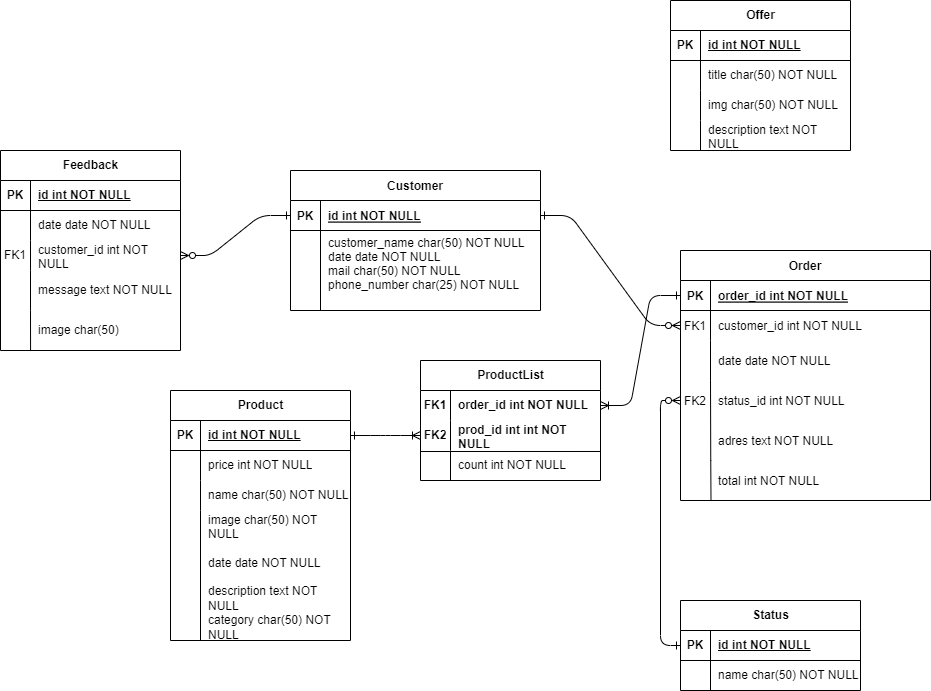
This is diagrams/ERD.png from Gunf1ghterr/food-store, a draw.io export, as it was before one commit. Source tidied: cells renumbered, new cells last; positions are measured from the earlier drawing's top-left corner, leaving out a move shared by most shapes.
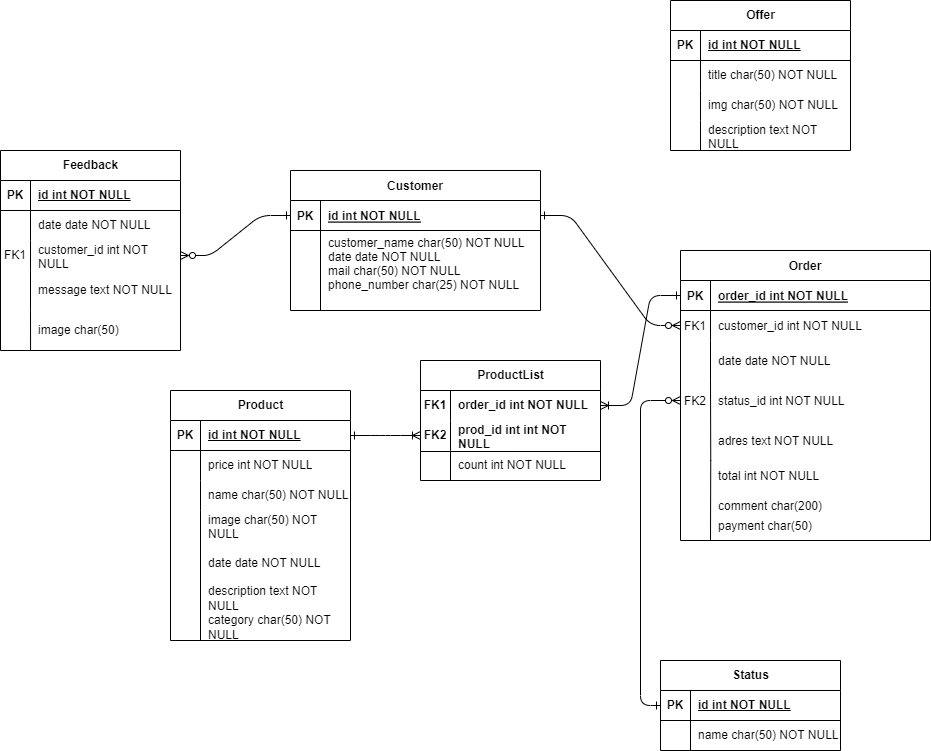
Above is the later version.

Commit message:
add layout and edot erd

What changed in the source:
```diff
@@ -6,7 +6,7 @@
       <mxGeometry relative="1" as="geometry" />
     </mxCell>
     <mxCell id="3" value="Order" style="shape=table;startSize=30;rowLines=0;fontStyle=1;align=center;" parent="1" vertex="1">
-      <mxGeometry x="680" y="250" width="250" height="250" as="geometry" />
+      <mxGeometry x="680" y="250" width="250" height="290" as="geometry" />
     </mxCell>
     <mxCell id="4" style="shape=partialRectangle;fillColor=none;points=[[0,0.5],[1,0.5]];portConstraint=eastwest;top=0;left=0;right=0;bottom=1;" parent="3" vertex="1">
       <mxGeometry y="30" width="250" height="30" as="geometry" />
@@ -149,7 +149,7 @@
       <mxGeometry relative="1" as="geometry" />
     </mxCell>
     <mxCell id="50" value="Status" style="shape=table;startSize=30;rowLines=0;fontStyle=1;align=center;html=1;" parent="1" vertex="1">
-      <mxGeometry x="680" y="600" width="180" height="90" as="geometry" />
+      <mxGeometry x="660" y="660" width="180" height="90" as="geometry" />
     </mxCell>
     <mxCell id="51" style="shape=tableRow;horizontal=0;startSize=0;swimlaneHead=0;swimlaneBody=0;fillColor=none;points=[[0,0.5],[1,0.5]];portConstraint=eastwest;top=0;left=0;right=0;bottom=1;" parent="50" vertex="1">
       <mxGeometry y="30" width="180" height="30" as="geometry" />
@@ -172,6 +172,9 @@
     <mxCell id="57" style="endArrow=ERzeroToMany;startArrow=ERone;endFill=0;startFill=0;entryX=0;entryY=0.5;entryDx=0;entryDy=0;exitX=0;exitY=0.5;exitDx=0;exitDy=0;elbow=vertical;edgeStyle=elbowEdgeStyle;" parent="1" edge="1" source="51" target="46">
       <mxGeometry relative="1" as="geometry">
         <Array as="points">
+          <mxPoint x="640" y="510" />
+          <mxPoint x="620" y="500" />
+          <mxPoint x="610" y="610" />
           <mxPoint x="660" y="470" />
         </Array>
       </mxGeometry>
@@ -225,16 +228,21 @@
       <mxGeometry x="30" width="150" height="30" as="geometry" />
     </mxCell>
     <mxCell id="74" style="shape=partialRectangle;fillColor=none;points=[[0,0.5],[1,0.5]];portConstraint=eastwest;top=0;left=0;right=0;bottom=0;" parent="1" vertex="1">
-      <mxGeometry x="680" y="460" width="250" height="40" as="geometry" />
+      <mxGeometry x="680" y="460" width="250" height="30" as="geometry" />
     </mxCell>
     <mxCell id="75" style="shape=partialRectangle;overflow=hidden;fillColor=none;top=0;left=0;bottom=0;right=0;" parent="74" vertex="1">
-      <mxGeometry width="30" height="40" as="geometry" />
+      <mxGeometry width="30" height="30" as="geometry" />
     </mxCell>
     <mxCell id="76" value="total int NOT NULL" style="shape=partialRectangle;overflow=hidden;fillColor=none;top=0;left=0;bottom=0;right=0;align=left;spacingLeft=6;" parent="74" vertex="1">
-      <mxGeometry x="30" width="220" height="40" as="geometry" />
+      <mxGeometry x="30" width="220" height="30" as="geometry" />
     </mxCell>
-    <mxCell id="77" style="endArrow=none;html=1;rounded=0;exitX=0.122;exitY=0.995;exitDx=0;exitDy=0;exitPerimeter=0;entryX=0.121;entryY=0.005;entryDx=0;entryDy=0;entryPerimeter=0;" parent="1" edge="1" source="74" target="74">
-      <mxGeometry relative="1" as="geometry" />
+    <mxCell id="77" style="endArrow=none;html=1;rounded=0;entryX=0.121;entryY=0.005;entryDx=0;entryDy=0;entryPerimeter=0;exitX=0.12;exitY=0.96;exitDx=0;exitDy=0;exitPerimeter=0;" parent="1" edge="1" source="98" target="74">
+      <mxGeometry relative="1" as="geometry">
+        <Array as="points">
+          <mxPoint x="710" y="540" />
+          <mxPoint x="710" y="539" />
+        </Array>
+      </mxGeometry>
     </mxCell>
     <mxCell id="78" value="Feedback" style="shape=table;startSize=30;rowLines=0;fontStyle=1;align=center;html=1;" parent="1" vertex="1">
       <mxGeometry y="150" width="180" height="200" as="geometry" />
@@ -292,5 +300,23 @@
     <mxCell id="95" style="edgeStyle=entityRelationEdgeStyle;endArrow=ERone;startArrow=ERzeroToMany;endFill=0;startFill=0;exitX=1;exitY=0.5;exitDx=0;exitDy=0;entryX=0;entryY=0.5;entryDx=0;entryDy=0;" parent="1" edge="1" source="85" target="14">
       <mxGeometry relative="1" as="geometry" />
     </mxCell>
+    <mxCell id="96" style="shape=partialRectangle;fillColor=none;top=0;left=0;right=0;bottom=0;" parent="1" vertex="1">
+      <mxGeometry x="680" y="490" width="250" height="30" as="geometry" />
+    </mxCell>
+    <mxCell id="97" style="shape=partialRectangle;overflow=hidden;fillColor=none;top=0;left=0;bottom=0;right=0;" parent="96" vertex="1">
+      <mxGeometry width="30" height="30" as="geometry" />
+    </mxCell>
+    <mxCell id="98" style="shape=partialRectangle;fillColor=none;points=[[0,0.5],[1,0.5]];portConstraint=eastwest;top=0;left=0;right=0;bottom=0;" parent="1" vertex="1">
+      <mxGeometry x="680" y="515" width="250" height="25" as="geometry" />
+    </mxCell>
+    <mxCell id="99" style="shape=partialRectangle;overflow=hidden;fillColor=none;top=0;left=0;bottom=0;right=0;" parent="98" vertex="1">
+      <mxGeometry width="30" height="25" as="geometry" />
+    </mxCell>
+    <mxCell id="100" value="payment char(50)" style="shape=partialRectangle;overflow=hidden;fillColor=none;top=0;left=0;bottom=0;right=0;align=left;spacingLeft=6;" parent="98" vertex="1">
+      <mxGeometry x="30" width="220" height="20" as="geometry" />
+    </mxCell>
+    <mxCell id="101" value="comment char(200)" style="shape=partialRectangle;overflow=hidden;fillColor=none;top=0;left=0;bottom=0;right=0;align=left;spacingLeft=6;" parent="1" vertex="1">
+      <mxGeometry x="710" y="490" width="220" height="30" as="geometry" />
+    </mxCell>
   </root>
 </mxGraphModel>
```
